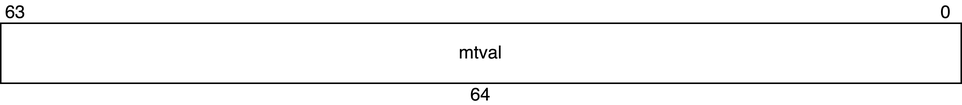
The draw.io diagram basic/images/11-impl-exception/mtval.png in nananapo/veryl-riscv-book, before a commit. Source tidied: cells renumbered, new cells last; positions are measured from the earlier drawing's top-left corner, leaving out a move shared by most shapes. The source it was exported from:
```xml
<mxGraphModel>
  <root>
    <mxCell id="0" />
    <mxCell id="1" parent="0" />
    <mxCell id="2" style="rounded=0;whiteSpace=wrap;html=1;" parent="1" vertex="1">
      <mxGeometry y="15" width="640" height="40" as="geometry" />
    </mxCell>
    <mxCell id="3" value="0" style="text;html=1;align=center;verticalAlign=middle;whiteSpace=wrap;rounded=0;" parent="1" vertex="1">
      <mxGeometry x="620" width="20" height="15" as="geometry" />
    </mxCell>
    <mxCell id="4" value="63" style="text;html=1;align=center;verticalAlign=middle;whiteSpace=wrap;rounded=0;" parent="1" vertex="1">
      <mxGeometry width="20" height="15" as="geometry" />
    </mxCell>
    <mxCell id="5" value="64" style="text;html=1;align=center;verticalAlign=middle;whiteSpace=wrap;rounded=0;" parent="1" vertex="1">
      <mxGeometry x="310" y="55" width="20" height="15" as="geometry" />
    </mxCell>
    <mxCell id="6" value="mtval" style="text;html=1;align=center;verticalAlign=middle;whiteSpace=wrap;rounded=0;" parent="1" vertex="1">
      <mxGeometry x="310" y="27.5" width="20" height="15" as="geometry" />
    </mxCell>
  </root>
</mxGraphModel>
```
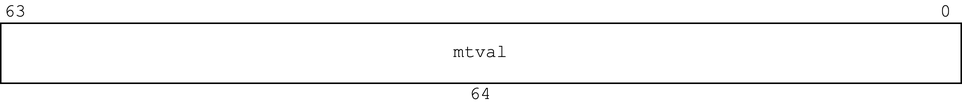
The same file after the commit.

Change to the diagram source:
```diff
@@ -2,19 +2,19 @@
   <root>
     <mxCell id="0" />
     <mxCell id="1" parent="0" />
-    <mxCell id="2" style="rounded=0;whiteSpace=wrap;html=1;" parent="1" vertex="1">
+    <mxCell id="2" style="rounded=0;whiteSpace=wrap;html=1;fontFamily=Courier New;" parent="1" vertex="1">
       <mxGeometry y="15" width="640" height="40" as="geometry" />
     </mxCell>
-    <mxCell id="3" value="0" style="text;html=1;align=center;verticalAlign=middle;whiteSpace=wrap;rounded=0;" parent="1" vertex="1">
+    <mxCell id="3" value="0" style="text;html=1;align=center;verticalAlign=middle;whiteSpace=wrap;rounded=0;fontFamily=Courier New;" parent="1" vertex="1">
       <mxGeometry x="620" width="20" height="15" as="geometry" />
     </mxCell>
-    <mxCell id="4" value="63" style="text;html=1;align=center;verticalAlign=middle;whiteSpace=wrap;rounded=0;" parent="1" vertex="1">
+    <mxCell id="4" value="63" style="text;html=1;align=center;verticalAlign=middle;whiteSpace=wrap;rounded=0;fontFamily=Courier New;" parent="1" vertex="1">
       <mxGeometry width="20" height="15" as="geometry" />
     </mxCell>
-    <mxCell id="5" value="64" style="text;html=1;align=center;verticalAlign=middle;whiteSpace=wrap;rounded=0;" parent="1" vertex="1">
+    <mxCell id="5" value="64" style="text;html=1;align=center;verticalAlign=middle;whiteSpace=wrap;rounded=0;fontFamily=Courier New;" parent="1" vertex="1">
       <mxGeometry x="310" y="55" width="20" height="15" as="geometry" />
     </mxCell>
-    <mxCell id="6" value="mtval" style="text;html=1;align=center;verticalAlign=middle;whiteSpace=wrap;rounded=0;" parent="1" vertex="1">
+    <mxCell id="6" value="mtval" style="text;html=1;align=center;verticalAlign=middle;whiteSpace=wrap;rounded=0;fontFamily=Courier New;" parent="1" vertex="1">
       <mxGeometry x="310" y="27.5" width="20" height="15" as="geometry" />
     </mxCell>
   </root>
```
